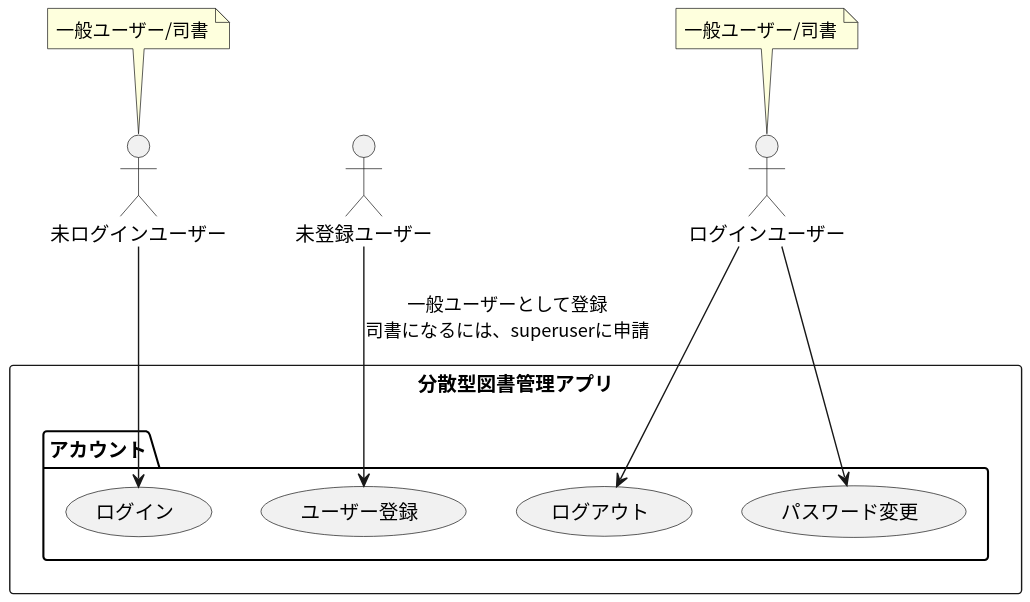
Above: docs/usecase/account_usecase/account.svg in tomoki-shiozaki/distributed-library (PlantUML), before the change. The source it was exported from:
```plantuml
@startuml
skinparam defaultFontName "Noto Sans CJK JP"

actor ログインユーザー as loggedInUser
actor 未ログインユーザー as unloggedUser
actor 未登録ユーザー as guest

rectangle "分散型図書管理アプリ" {
package "アカウント" {
  (ユーザー登録)
  (ログイン)
  (ログアウト)
  (パスワード変更)
}
}


guest --> (ユーザー登録) : 一般ユーザーとして登録\n司書になるには、superuserに申請
unloggedUser --> (ログイン)

loggedInUser --> (ログアウト)
loggedInUser --> (パスワード変更)

note top of (unloggedUser)
    一般ユーザー/司書
end note

note top of (loggedInUser)
    一般ユーザー/司書
end note
@enduml
```
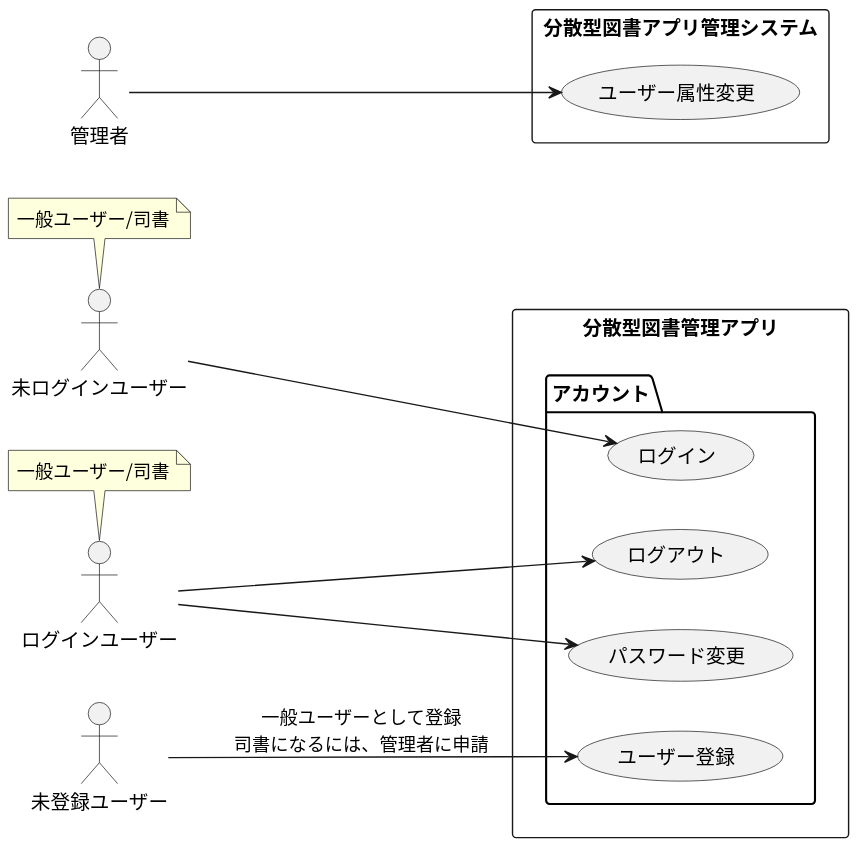
After the commit.

Commit message:
docs: update use case diagrams

What changed in the source:
```diff
@@ -1,9 +1,12 @@
 @startuml
 skinparam defaultFontName "Noto Sans CJK JP"
+left to right direction
 
 actor ログインユーザー as loggedInUser
 actor 未ログインユーザー as unloggedUser
 actor 未登録ユーザー as guest
+
+actor 管理者 as admin
 
 rectangle "分散型図書管理アプリ" {
 package "アカウント" {
@@ -15,7 +18,8 @@
 }
 
 
-guest --> (ユーザー登録) : 一般ユーザーとして登録\n司書になるには、superuserに申請
+
+guest --> (ユーザー登録) : 一般ユーザーとして登録\n司書になるには、管理者に申請
 unloggedUser --> (ログイン)
 
 loggedInUser --> (ログアウト)
@@ -28,4 +32,10 @@
 note top of (loggedInUser)
     一般ユーザー/司書
 end note
+
+rectangle "分散型図書アプリ管理システム" {
+  (ユーザー属性変更)
+}
+
+admin --> (ユーザー属性変更)
 @enduml
```
